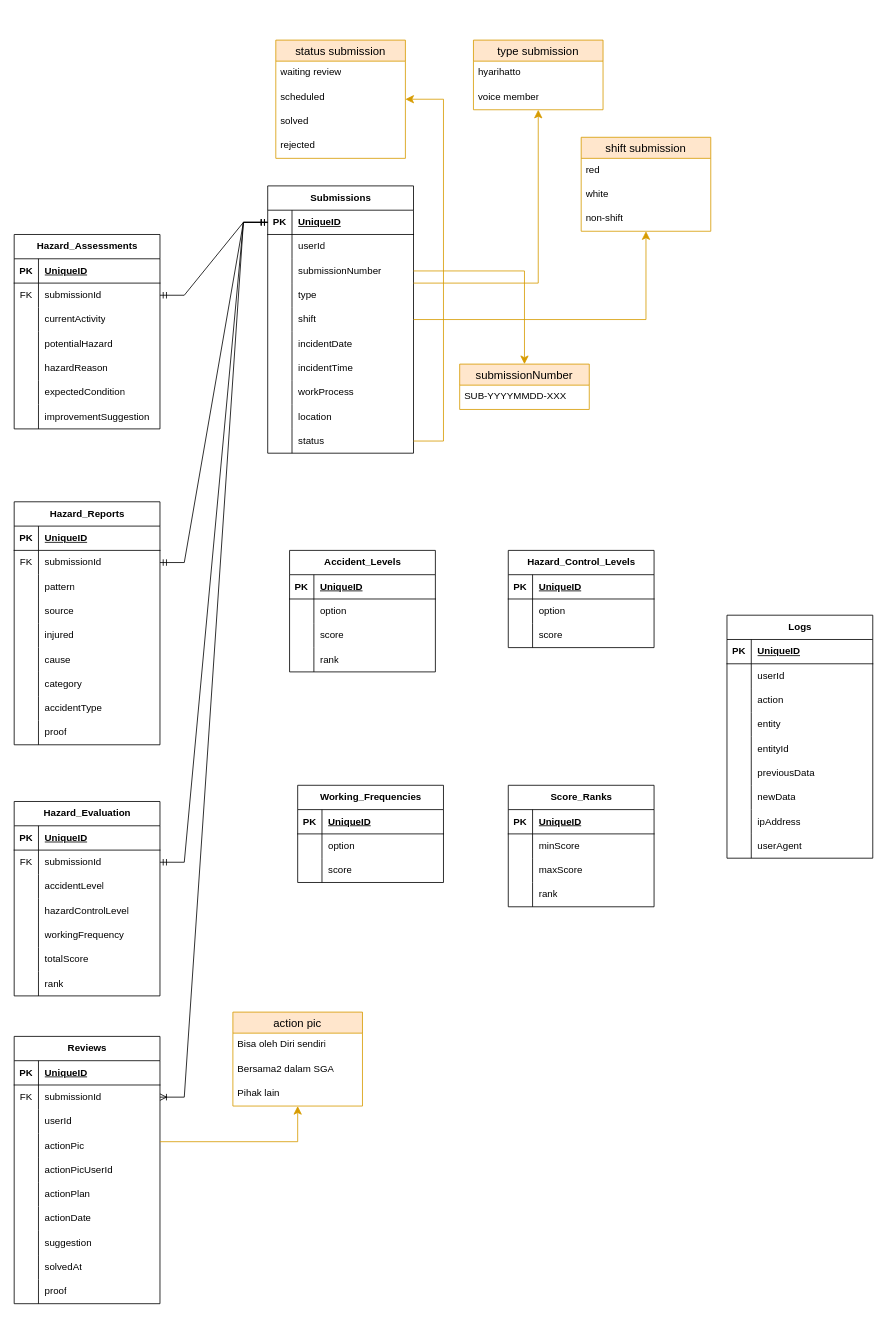
The draw.io diagram page "ERD" (2 of 2) of sys_design/Flow_ERD.drawio in bagususwanto/think-forward, before the edit. Source tidied: cells renumbered, new cells numbered last; positions are measured from the earlier drawing's top-left corner, leaving out a move shared by most shapes. Both pictures are drawn from the tidied source at 81%, with x=0, y=0 at pixel (14, 40).
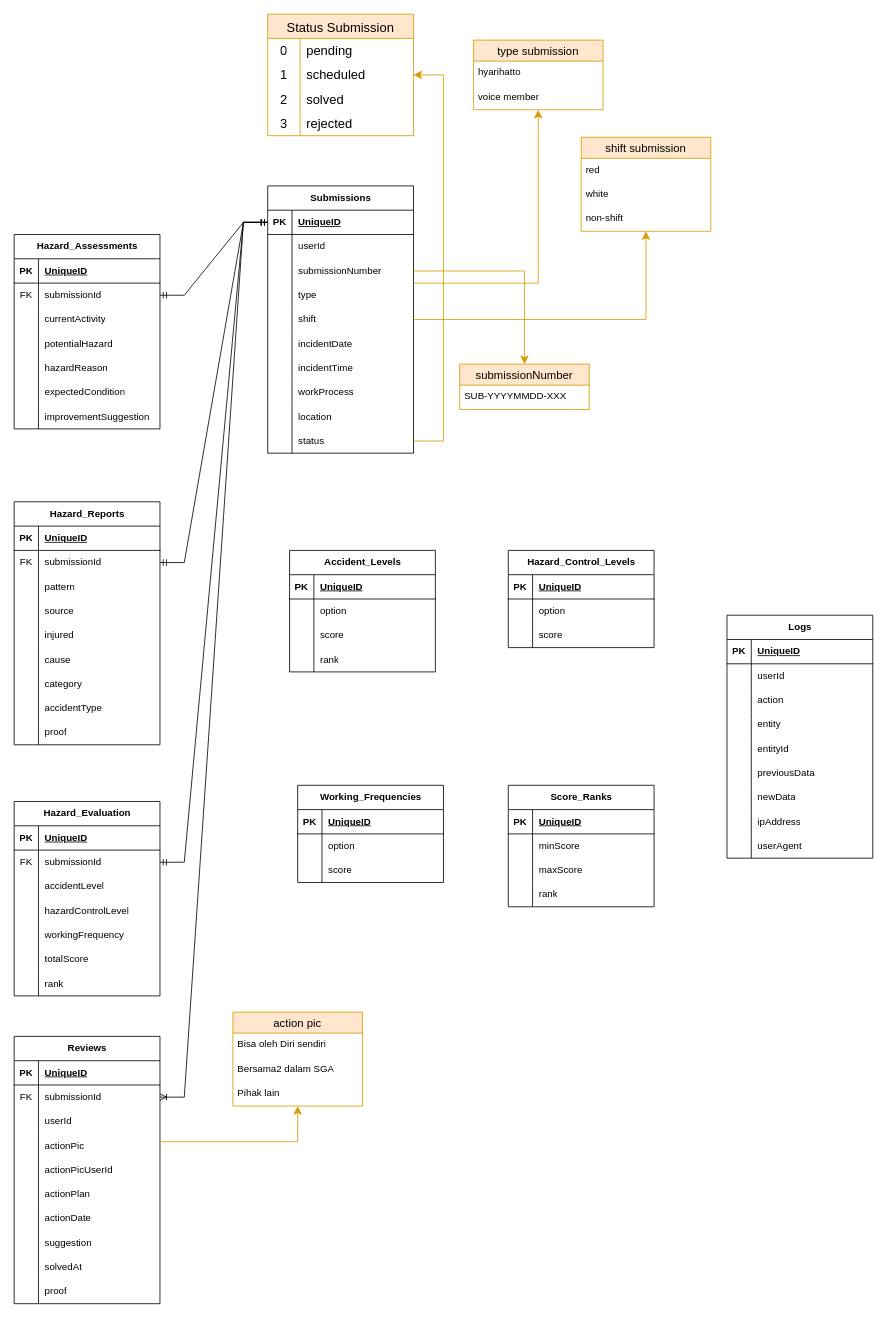
Above is the later version.

Unchanged cells that the change refers to:
```xml
<mxCell id="30" style="shape=tableRow;horizontal=0;startSize=0;swimlaneHead=0;swimlaneBody=0;fillColor=none;points=[[0,0.5],[1,0.5]];portConstraint=eastwest;top=0;left=0;right=0;bottom=0;" parent="2" vertex="1">
  <mxGeometry y="300" width="180" height="30" as="geometry" />
</mxCell>
```

What changed in the source:
```diff
@@
-    <mxCell id="129" value="status submission" style="swimlane;fontStyle=0;horizontal=1;startSize=26;align=center;fontSize=14;fillColor=#ffe6cc;strokeColor=#d79b00;" parent="1" vertex="1">
-      <mxGeometry x="323" width="160" height="146" as="geometry" />
-    </mxCell>
-    <mxCell id="130" value="waiting review" style="text;strokeColor=none;fillColor=none;spacingLeft=4;spacingRight=4;overflow=hidden;fontSize=12;whiteSpace=wrap;html=1;" parent="129" vertex="1">
-      <mxGeometry y="26" width="160" height="30" as="geometry" />
-    </mxCell>
-    <mxCell id="131" value="scheduled" style="text;strokeColor=none;fillColor=none;spacingLeft=4;spacingRight=4;overflow=hidden;fontSize=12;whiteSpace=wrap;html=1;" parent="129" vertex="1">
-      <mxGeometry y="56" width="160" height="30" as="geometry" />
-    </mxCell>
-    <mxCell id="132" value="solved" style="text;strokeColor=none;fillColor=none;spacingLeft=4;spacingRight=4;overflow=hidden;fontSize=12;whiteSpace=wrap;html=1;" parent="129" vertex="1">
-      <mxGeometry y="86" width="160" height="30" as="geometry" />
-    </mxCell>
-    <mxCell id="133" value="rejected" style="text;strokeColor=none;fillColor=none;spacingLeft=4;spacingRight=4;overflow=hidden;fontSize=12;whiteSpace=wrap;html=1;" parent="129" vertex="1">
-      <mxGeometry y="116" width="160" height="30" as="geometry" />
-    </mxCell>
-    <mxCell id="134" style="edgeStyle=elbowEdgeStyle;elbow=vertical;endArrow=classic;html=1;curved=0;rounded=0;endSize=8;startSize=8;fillColor=#ffe6cc;strokeColor=#d79b00;" parent="1" edge="1" source="30" target="129">
+    <mxCell id="134" style="edgeStyle=elbowEdgeStyle;elbow=vertical;endArrow=classic;html=1;curved=0;rounded=0;endSize=8;startSize=8;fillColor=#ffe6cc;strokeColor=#d79b00;" parent="1" edge="1" source="30" target="237">
       <mxGeometry relative="1" as="geometry">
         <Array as="points">
           <mxPoint x="530" y="290" />
         </Array>
       </mxGeometry>
     </mxCell>
@@
+    <mxCell id="237" value="Status Submission" style="shape=table;startSize=30;childLayout=tableLayout;rowLines=0;fontStyle=0;strokeColor=#d79b00;fontSize=16;fillColor=#ffe6cc;" parent="1" vertex="1">
+      <mxGeometry x="313" y="-32" width="180" height="150" as="geometry" />
+    </mxCell>
+    <mxCell id="238" style="shape=tableRow;horizontal=0;startSize=0;swimlaneHead=0;swimlaneBody=0;top=0;left=0;bottom=0;right=0;fillColor=none;strokeColor=inherit;fontSize=16;" parent="237" vertex="1">
+      <mxGeometry y="30" width="180" height="30" as="geometry" />
+    </mxCell>
+    <mxCell id="239" value="0" style="shape=partialRectangle;html=1;whiteSpace=wrap;fillColor=none;top=0;left=0;bottom=0;right=0;overflow=hidden;strokeColor=inherit;fontSize=16;" parent="238" vertex="1">
+      <mxGeometry width="40" height="30" as="geometry" />
+    </mxCell>
+    <mxCell id="240" value="pending" style="shape=partialRectangle;html=1;whiteSpace=wrap;fillColor=none;top=0;left=0;bottom=0;right=0;align=left;spacingLeft=6;overflow=hidden;strokeColor=inherit;fontSize=16;" parent="238" vertex="1">
+      <mxGeometry x="40" width="140" height="30" as="geometry" />
+    </mxCell>
+    <mxCell id="241" style="shape=tableRow;horizontal=0;startSize=0;swimlaneHead=0;swimlaneBody=0;top=0;left=0;bottom=0;right=0;fillColor=none;strokeColor=inherit;fontSize=16;" parent="237" vertex="1">
+      <mxGeometry y="60" width="180" height="30" as="geometry" />
+    </mxCell>
+    <mxCell id="242" value="1" style="shape=partialRectangle;html=1;whiteSpace=wrap;fillColor=none;top=0;left=0;bottom=0;right=0;overflow=hidden;strokeColor=inherit;fontSize=16;" parent="241" vertex="1">
+      <mxGeometry width="40" height="30" as="geometry" />
+    </mxCell>
+    <mxCell id="131" value="scheduled" style="shape=partialRectangle;html=1;whiteSpace=wrap;fillColor=none;top=0;left=0;bottom=0;right=0;align=left;spacingLeft=6;overflow=hidden;strokeColor=inherit;fontSize=16;" parent="241" vertex="1">
+      <mxGeometry x="40" width="140" height="30" as="geometry" />
+    </mxCell>
+    <mxCell id="243" style="shape=tableRow;horizontal=0;startSize=0;swimlaneHead=0;swimlaneBody=0;top=0;left=0;bottom=0;right=0;fillColor=none;strokeColor=inherit;fontSize=16;" parent="237" vertex="1">
+      <mxGeometry y="90" width="180" height="30" as="geometry" />
+    </mxCell>
+    <mxCell id="244" value="2" style="shape=partialRectangle;html=1;whiteSpace=wrap;fillColor=none;top=0;left=0;bottom=0;right=0;overflow=hidden;strokeColor=inherit;fontSize=16;" parent="243" vertex="1">
+      <mxGeometry width="40" height="30" as="geometry" />
+    </mxCell>
+    <mxCell id="132" value="solved" style="shape=partialRectangle;html=1;whiteSpace=wrap;fillColor=none;top=0;left=0;bottom=0;right=0;align=left;spacingLeft=6;overflow=hidden;strokeColor=inherit;fontSize=16;" parent="243" vertex="1">
+      <mxGeometry x="40" width="140" height="30" as="geometry" />
+    </mxCell>
+    <mxCell id="245" style="shape=tableRow;horizontal=0;startSize=0;swimlaneHead=0;swimlaneBody=0;top=0;left=0;bottom=0;right=0;fillColor=none;strokeColor=inherit;fontSize=16;" parent="237" vertex="1">
+      <mxGeometry y="120" width="180" height="30" as="geometry" />
+    </mxCell>
+    <mxCell id="246" value="3" style="shape=partialRectangle;html=1;whiteSpace=wrap;fillColor=none;top=0;left=0;bottom=0;right=0;overflow=hidden;strokeColor=inherit;fontSize=16;" parent="245" vertex="1">
+      <mxGeometry width="40" height="30" as="geometry" />
+    </mxCell>
+    <mxCell id="133" value="rejected" style="shape=partialRectangle;html=1;whiteSpace=wrap;fillColor=none;top=0;left=0;bottom=0;right=0;align=left;spacingLeft=6;overflow=hidden;strokeColor=inherit;fontSize=16;" parent="245" vertex="1">
+      <mxGeometry x="40" width="140" height="30" as="geometry" />
+    </mxCell>
```
